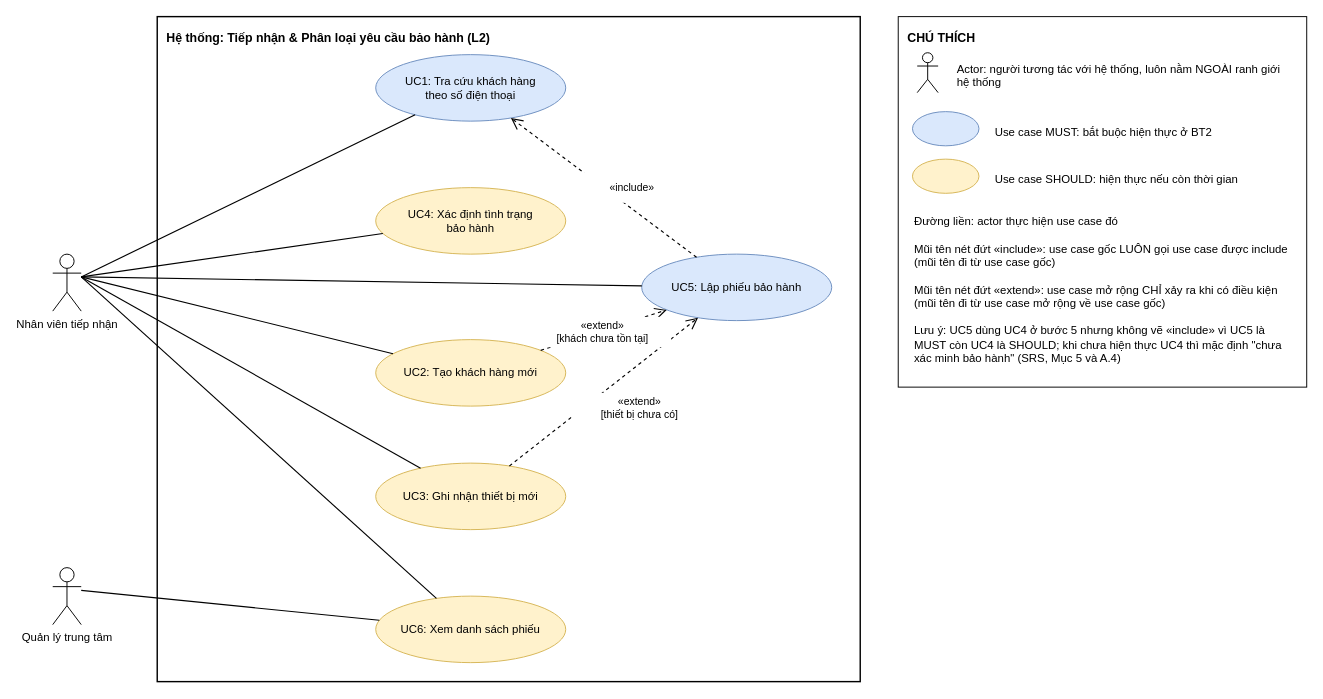
Earlier version of the draw.io diagram docs/usecase.drawio (vietphubdp/cdtn1-vophamvietphu-2). Source tidied: cells renumbered, new cells numbered last; positions are measured from the earlier drawing's top-left corner, leaving out a move shared by most shapes. Both pictures are drawn from the tidied source at 95%, with x=0, y=0 at pixel (52, 16).
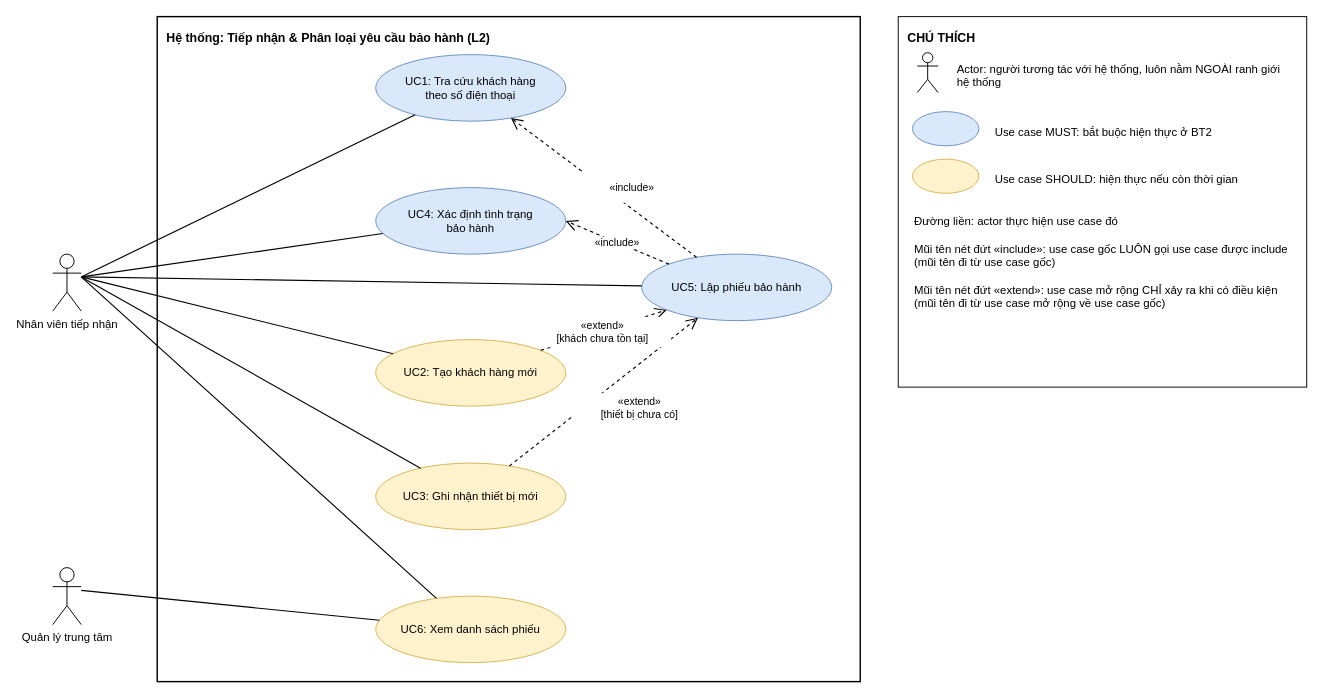
After the change.

Commit message (it also covers changes not shown here):
docs(usecase): nâng UC4 lên MUST, thêm include UC5 - UC4

The change refers to these unchanged cells:
```xml
<mxCell id="7" value="UC5: Lập phiếu bảo hành" style="ellipse;whiteSpace=wrap;html=1;fontSize=12;fontFamily=Helvetica;fontColor=#000000;align=center;verticalAlign=middle;spacing=6;strokeWidth=1;fillColor=#dae8fc;strokeColor=#6c8ebf;" parent="1" vertex="1">
  <mxGeometry x="620" y="250" width="200" height="70" as="geometry" />
</mxCell>
```

Change to the diagram source:
```diff
@@
-    <mxCell id="6" value="UC4: Xác định tình trạng&lt;br&gt;bảo hành" style="ellipse;whiteSpace=wrap;html=1;fontSize=12;fontFamily=Helvetica;fontColor=#000000;align=center;verticalAlign=middle;spacing=6;strokeWidth=1;fillColor=#fff2cc;strokeColor=#d6b656;" parent="1" vertex="1">
+    <mxCell id="6" value="UC4: Xác định tình trạng&lt;br&gt;bảo hành" style="ellipse;whiteSpace=wrap;html=1;fontSize=12;fontFamily=Helvetica;fontColor=#000000;align=center;verticalAlign=middle;spacing=6;strokeWidth=1;fillColor=#dae8fc;strokeColor=#6c8ebf;" parent="1" vertex="1">
       <mxGeometry x="340" y="180" width="200" height="70" as="geometry" />
     </mxCell>
@@
-    <mxCell id="18" value="Đường liền: actor thực hiện use case đó&lt;br&gt;&lt;br&gt;Mũi tên nét đứt «include»: use case gốc LUÔN gọi use case được include (mũi tên đi từ use case gốc)&lt;br&gt;&lt;br&gt;Mũi tên nét đứt «extend»: use case mở rộng CHỈ xảy ra khi có điều kiện (mũi tên đi từ use case mở rộng về use case gốc)&lt;br&gt;&lt;br&gt;Lưu ý: UC5 dùng UC4 ở bước 5 nhưng không vẽ «include» vì UC5 là MUST còn UC4 là SHOULD; khi chưa hiện thực UC4 thì mặc định &amp;quot;chưa xác minh bảo hành&amp;quot; (SRS, Mục 5 và A.4)" style="text;whiteSpace=wrap;html=1;fontSize=12;fontFamily=Helvetica;fontColor=#000000;align=left;verticalAlign=top;spacing=2;strokeWidth=1;fillColor=none;strokeColor=none;" parent="1" vertex="1">
+    <mxCell id="18" value="Đường liền: actor thực hiện use case đó&lt;br&gt;&lt;br&gt;Mũi tên nét đứt «include»: use case gốc LUÔN gọi use case được include (mũi tên đi từ use case gốc)&lt;br&gt;&lt;br&gt;Mũi tên nét đứt «extend»: use case mở rộng CHỈ xảy ra khi có điều kiện (mũi tên đi từ use case mở rộng về use case gốc)" style="text;whiteSpace=wrap;html=1;fontSize=12;fontFamily=Helvetica;fontColor=#000000;align=left;verticalAlign=top;spacing=2;strokeWidth=1;fillColor=none;strokeColor=none;" parent="1" vertex="1">
       <mxGeometry x="905" y="202" width="400" height="220" as="geometry" />
     </mxCell>
@@
+    <mxCell id="32" value="«include»" style="edgeStyle=none;html=1;rounded=0;strokeColor=#000000;strokeWidth=1.2;endArrow=open;startArrow=none;endFill=0;startFill=0;endSize=10;startSize=10;dashed=1;fontSize=11;labelBackgroundColor=#ffffff;exitX=0.1464;exitY=0.1464;exitDx=0;exitDy=0;entryX=1;entryY=0.5;entryDx=0;entryDy=0;" parent="1" edge="1" source="7" target="6">
+      <mxGeometry relative="1" as="geometry" />
+    </mxCell>
```
